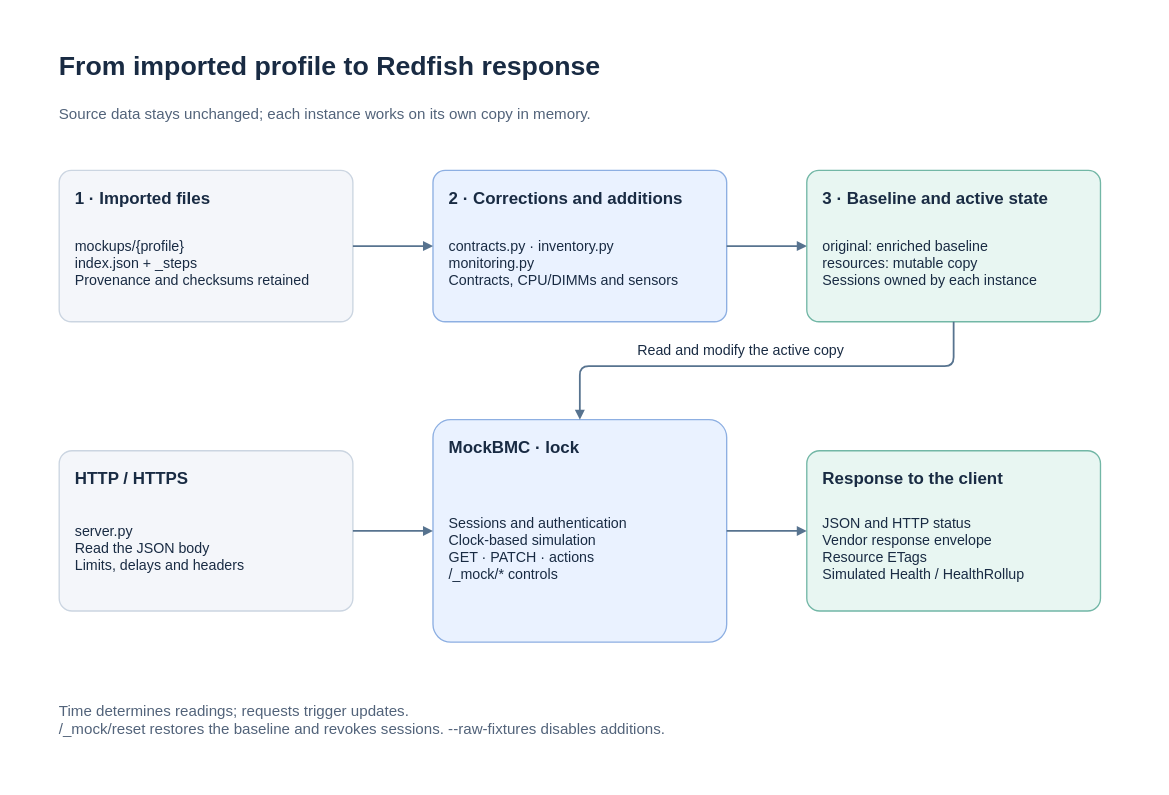
Before: docs/assets/architecture.drawio in thomas-illiet/RedfishServer, a draw.io diagram. Source tidied: cells renumbered, new cells numbered last; positions are measured from the earlier drawing's top-left corner, leaving out a move shared by most shapes. Both pictures are drawn from the tidied source at 89%, with x=0, y=0 at pixel (14, 14).
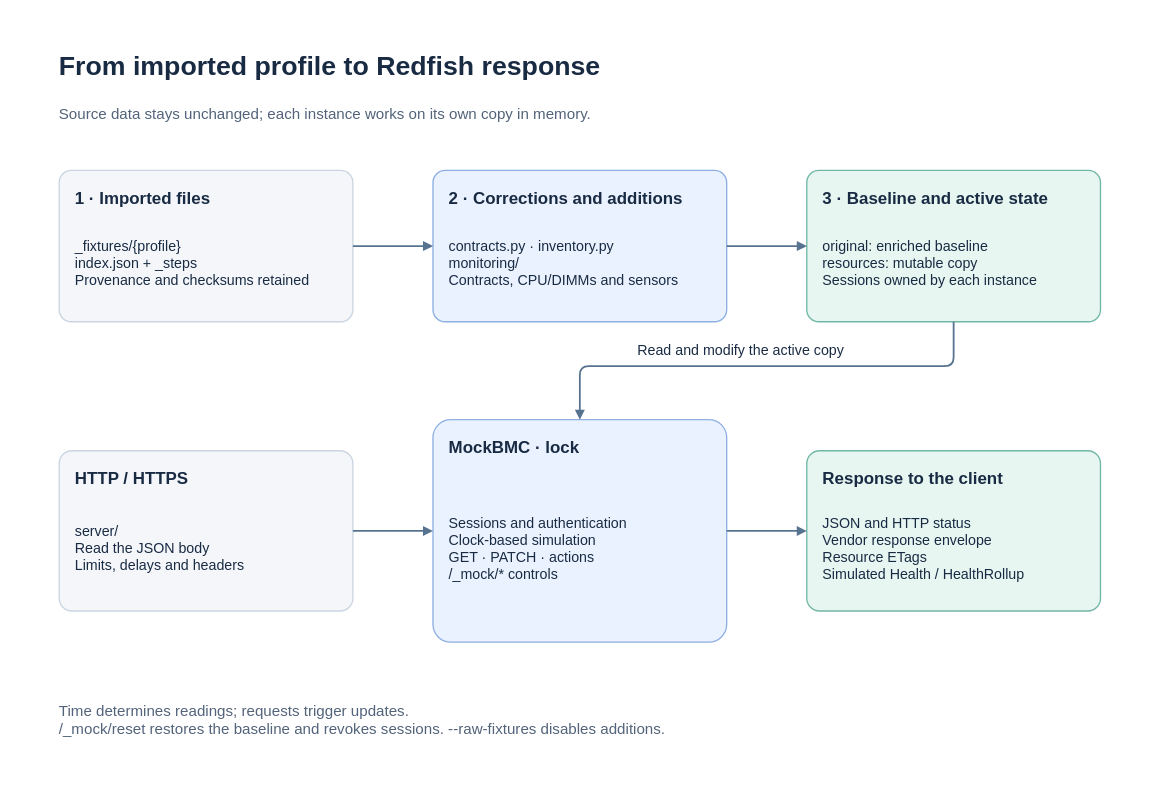
The same diagram, later.

Unchanged cells that the change refers to:
```xml
<mxCell id="5" style="rounded=1;arcSize=8;html=0;whiteSpace=wrap;fillColor=#F4F6FA;strokeColor=#CBD5E1;strokeWidth=1.5;" parent="1" vertex="1">
  <mxGeometry x="50" y="175" width="330" height="170" as="geometry" />
</mxCell>
<mxCell id="8" style="rounded=1;arcSize=8;html=0;whiteSpace=wrap;fillColor=#EAF2FF;strokeColor=#8DAFE2;strokeWidth=1.5;" parent="1" vertex="1">
  <mxGeometry x="470" y="175" width="330" height="170" as="geometry" />
</mxCell>
<mxCell id="16" style="rounded=1;arcSize=8;html=0;whiteSpace=wrap;fillColor=#F4F6FA;strokeColor=#CBD5E1;strokeWidth=1.5;" parent="1" vertex="1">
  <mxGeometry x="50" y="490" width="330" height="180" as="geometry" />
</mxCell>
```

Diff of the diagram source:
```diff
@@
-    <mxCell id="7" value="mockups/{profile}&#10;index.json + _steps&#10;Provenance and checksums retained" style="text;html=0;whiteSpace=nowrap;overflow=visible;fillColor=none;strokeColor=none;align=left;verticalAlign=middle;fontFamily=Arial;fontSize=16;fontColor=#192B43;fontStyle=0;spacing=0;" parent="5" vertex="1">
+    <mxCell id="7" value="_fixtures/{profile}&#10;index.json + _steps&#10;Provenance and checksums retained" style="text;html=0;whiteSpace=nowrap;overflow=visible;fillColor=none;strokeColor=none;align=left;verticalAlign=middle;fontFamily=Arial;fontSize=16;fontColor=#192B43;fontStyle=0;spacing=0;" parent="5" vertex="1">
       <mxGeometry x="18" y="49" width="294" height="109" as="geometry" />
     </mxCell>
@@
-    <mxCell id="10" value="contracts.py · inventory.py&#10;monitoring.py&#10;Contracts, CPU/DIMMs and sensors" style="text;html=0;whiteSpace=nowrap;overflow=visible;fillColor=none;strokeColor=none;align=left;verticalAlign=middle;fontFamily=Arial;fontSize=16;fontColor=#192B43;fontStyle=0;spacing=0;" parent="8" vertex="1">
+    <mxCell id="10" value="contracts.py · inventory.py&#10;monitoring/&#10;Contracts, CPU/DIMMs and sensors" style="text;html=0;whiteSpace=nowrap;overflow=visible;fillColor=none;strokeColor=none;align=left;verticalAlign=middle;fontFamily=Arial;fontSize=16;fontColor=#192B43;fontStyle=0;spacing=0;" parent="8" vertex="1">
       <mxGeometry x="18" y="49" width="294" height="109" as="geometry" />
     </mxCell>
@@
-    <mxCell id="18" value="server.py&#10;Read the JSON body&#10;Limits, delays and headers" style="text;html=0;whiteSpace=nowrap;overflow=visible;fillColor=none;strokeColor=none;align=left;verticalAlign=middle;fontFamily=Arial;fontSize=16;fontColor=#192B43;fontStyle=0;spacing=0;" parent="16" vertex="1">
+    <mxCell id="18" value="server/&#10;Read the JSON body&#10;Limits, delays and headers" style="text;html=0;whiteSpace=nowrap;overflow=visible;fillColor=none;strokeColor=none;align=left;verticalAlign=middle;fontFamily=Arial;fontSize=16;fontColor=#192B43;fontStyle=0;spacing=0;" parent="16" vertex="1">
       <mxGeometry x="18" y="49" width="294" height="119" as="geometry" />
     </mxCell>
```
